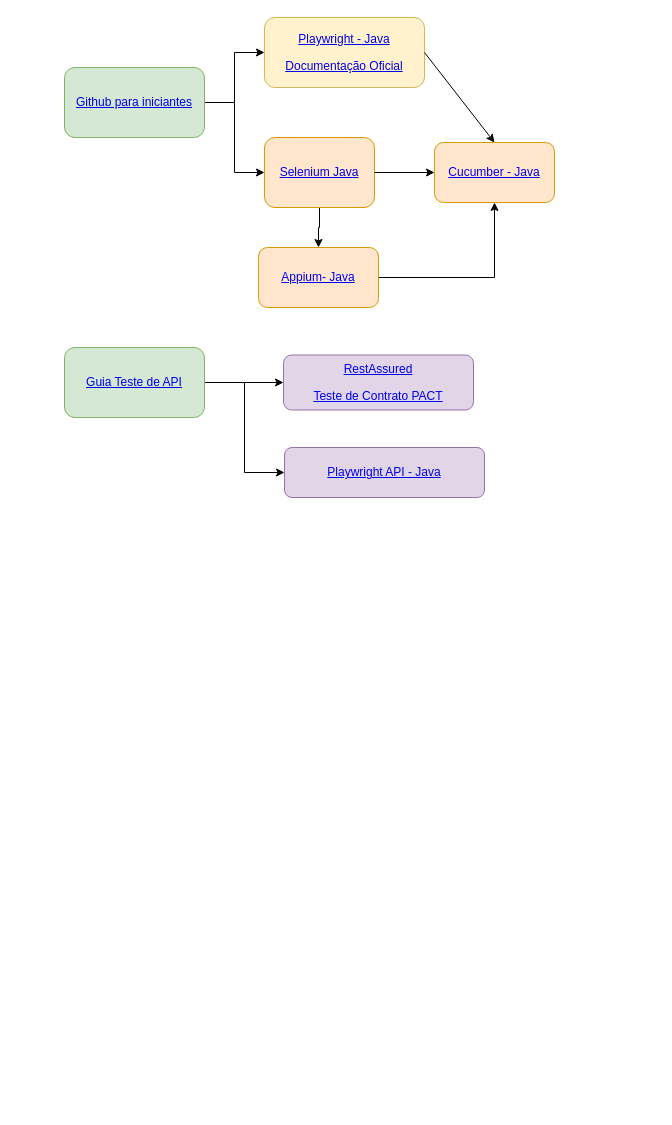
Above: Learning Path - Automatizador.drawio in atomicsolutions/leaning-path (draw.io), before the change. Source tidied: cells renumbered, new cells numbered last; positions are measured from the earlier drawing's top-left corner, leaving out a move shared by most shapes. Both pictures are drawn from the tidied source at 100%, with x=0, y=0 at pixel (64, 17).
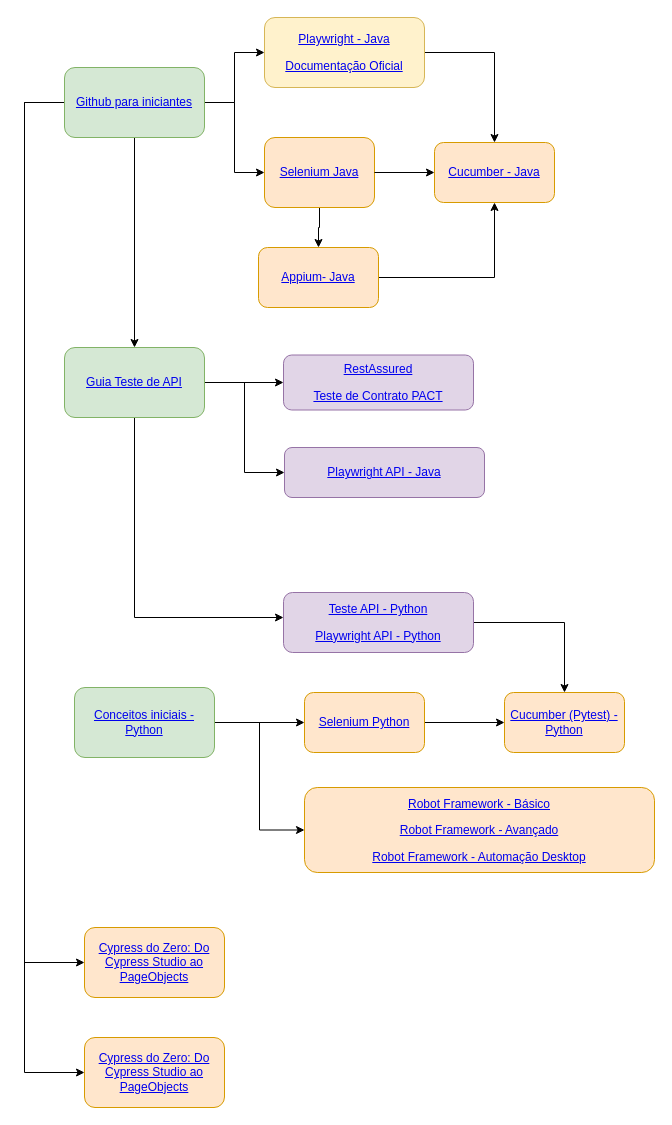
Above is the later version.

Commit message:
Inclusão trilha Python e JS

Unchanged cells that the change refers to:
```xml
<mxCell id="4" value="&lt;a target=&quot;_blank&quot; href=&quot;https://www.udemy.com/git-e-github-para-iniciantes/learn/lecture/5120486#overview&quot;&gt;Github para iniciantes&lt;/a&gt;" style="rounded=1;whiteSpace=wrap;html=1;fillColor=#d5e8d4;strokeColor=#82b366;" parent="1" vertex="1">
  <mxGeometry y="50" width="140" height="70" as="geometry" />
</mxCell>
<mxCell id="5" value="&lt;p&gt;&lt;a target=&quot;_blank&quot; href=&quot;https://www.youtube.com/playlist?list=PLFGoYjJG_fqrjcgRUcc2ubbZGtbRcC6W8&quot;&gt;Playwright - Java&lt;/a&gt;&lt;/p&gt;&lt;p&gt;&lt;a target=&quot;_blank&quot; href=&quot;https://playwright.dev/java/&quot;&gt;Documentação Oficial&lt;/a&gt;&lt;/p&gt;" style="rounded=1;whiteSpace=wrap;html=1;fillColor=#fff2cc;strokeColor=#d6b656;" parent="1" vertex="1">
  <mxGeometry x="200" width="160" height="70" as="geometry" />
</mxCell>
<mxCell id="10" value="&lt;a target=&quot;_blank&quot; href=&quot;https://www.udemy.com/cucumber-java/learn/lecture/9971142#overview&quot;&gt;Cucumber - Java&lt;/a&gt;" style="rounded=1;whiteSpace=wrap;html=1;fillColor=#ffe6cc;strokeColor=#d79b00;" parent="1" vertex="1">
  <mxGeometry x="370" y="125" width="120" height="60" as="geometry" />
</mxCell>
<mxCell id="15" value="&lt;a target=&quot;_blank&quot; href=&quot;https://www.youtube.com/playlist?list=PLf8x7B3nFTl17WeEVj405tHlstiq1kNBX&quot;&gt;Guia Teste de API&lt;/a&gt;" style="rounded=1;whiteSpace=wrap;html=1;fillColor=#d5e8d4;strokeColor=#82b366;" parent="1" vertex="1">
  <mxGeometry y="330" width="140" height="70" as="geometry" />
</mxCell>
```

Diff of the diagram source:
```diff
@@
+    <mxCell id="18" style="edgeStyle=orthogonalEdgeStyle;rounded=0;jettySize=auto;html=1;" parent="1" edge="1" source="4" target="15">
+      <mxGeometry relative="1" as="geometry" />
+    </mxCell>
+    <mxCell id="19" style="edgeStyle=orthogonalEdgeStyle;rounded=0;jettySize=auto;html=1;entryX=0;entryY=0.5;entryDx=0;entryDy=0;" parent="1" edge="1" source="4" target="31">
+      <mxGeometry relative="1" as="geometry">
+        <Array as="points">
+          <mxPoint x="-40" y="85" />
+          <mxPoint x="-40" y="945" />
+        </Array>
+      </mxGeometry>
+    </mxCell>
+    <mxCell id="20" style="edgeStyle=orthogonalEdgeStyle;rounded=0;jettySize=auto;html=1;entryX=0;entryY=0.5;entryDx=0;entryDy=0;" parent="1" edge="1" source="4" target="32">
+      <mxGeometry relative="1" as="geometry">
+        <Array as="points">
+          <mxPoint x="-40" y="85" />
+          <mxPoint x="-40" y="1055" />
+        </Array>
+      </mxGeometry>
+    </mxCell>
@@
+    <mxCell id="12" style="edgeStyle=orthogonalEdgeStyle;rounded=0;jettySize=auto;html=1;entryX=0.5;entryY=0;entryDx=0;entryDy=0;" parent="1" edge="1" source="5" target="10">
+      <mxGeometry relative="1" as="geometry" />
+    </mxCell>
@@
-    <mxCell id="12" style="endArrow=classic;html=1;rounded=0;exitX=1;exitY=0.5;exitDx=0;exitDy=0;entryX=0.5;entryY=0;entryDx=0;entryDy=0;" parent="1" edge="1" source="5" target="10">
-      <mxGeometry relative="1" as="geometry" />
-    </mxCell>
@@
+    <mxCell id="21" style="edgeStyle=orthogonalEdgeStyle;rounded=0;jettySize=auto;html=1;" parent="1" edge="1" source="15" target="23">
+      <mxGeometry relative="1" as="geometry">
+        <Array as="points">
+          <mxPoint x="70" y="600" />
+        </Array>
+      </mxGeometry>
+    </mxCell>
@@
+    <mxCell id="22" style="edgeStyle=orthogonalEdgeStyle;rounded=0;jettySize=auto;html=1;entryX=0.5;entryY=0;entryDx=0;entryDy=0;" parent="1" edge="1" source="23" target="29">
+      <mxGeometry relative="1" as="geometry" />
+    </mxCell>
+    <mxCell id="23" value="&lt;p&gt;&lt;a target=&quot;_blank&quot; href=&quot;https://testautomationu.applitools.com/python-api-testing/&quot;&gt;Teste API - Python&lt;/a&gt;&lt;/p&gt;&lt;p&gt;&lt;a target=&quot;_blank&quot; href=&quot;https://playwright.dev/python/docs/api-testing&quot;&gt;Playwright API - Python&lt;/a&gt;&lt;/p&gt;" style="rounded=1;whiteSpace=wrap;html=1;fillColor=#e1d5e7;strokeColor=#9673a6;" parent="1" vertex="1">
+      <mxGeometry x="219" y="575" width="190" height="60" as="geometry" />
+    </mxCell>
+    <mxCell id="24" style="edgeStyle=orthogonalEdgeStyle;rounded=0;jettySize=auto;html=1;" parent="1" edge="1" source="26" target="28">
+      <mxGeometry relative="1" as="geometry" />
+    </mxCell>
+    <mxCell id="25" style="edgeStyle=orthogonalEdgeStyle;rounded=0;jettySize=auto;html=1;entryX=0;entryY=0.5;entryDx=0;entryDy=0;" parent="1" edge="1" source="26" target="30">
+      <mxGeometry relative="1" as="geometry" />
+    </mxCell>
+    <mxCell id="26" value="&lt;a target=&quot;_blank&quot; href=&quot;https://testautomationu.applitools.com/python-tutorial/&quot;&gt;Conceitos iniciais - Python&lt;/a&gt;" style="rounded=1;whiteSpace=wrap;html=1;fillColor=#d5e8d4;strokeColor=#82b366;" parent="1" vertex="1">
+      <mxGeometry x="10" y="670" width="140" height="70" as="geometry" />
+    </mxCell>
+    <mxCell id="27" style="edgeStyle=orthogonalEdgeStyle;rounded=0;jettySize=auto;html=1;" parent="1" edge="1" source="28" target="29">
+      <mxGeometry relative="1" as="geometry" />
+    </mxCell>
+    <mxCell id="28" value="&lt;a target=&quot;_blank&quot; href=&quot;https://testautomationu.applitools.com/selenium-webdriver-python-tutorial/&quot;&gt;Selenium Python&lt;/a&gt;" style="rounded=1;whiteSpace=wrap;html=1;fillColor=#ffe6cc;strokeColor=#d79b00;" parent="1" vertex="1">
+      <mxGeometry x="240" y="675" width="120" height="60" as="geometry" />
+    </mxCell>
+    <mxCell id="29" value="&lt;a target=&quot;_blank&quot; href=&quot;https://testautomationu.applitools.com/behavior-driven-python-with-pytest-bdd/&quot;&gt;Cucumber (Pytest) - Python&lt;/a&gt;" style="rounded=1;whiteSpace=wrap;html=1;fillColor=#ffe6cc;strokeColor=#d79b00;" parent="1" vertex="1">
+      <mxGeometry x="440" y="675" width="120" height="60" as="geometry" />
+    </mxCell>
+    <mxCell id="30" value="&lt;p&gt;&lt;a target=&quot;_blank&quot; href=&quot;https://www.udemy.com/course/automacao-de-testes-com-robot-framework-basico/learn/lecture/9504432#overview&quot;&gt;Robot Framework - Básico&lt;/a&gt;&lt;/p&gt;&lt;p&gt;&lt;a target=&quot;_blank&quot; href=&quot;https://www.udemy.com/course/automacao-de-testes-com-robot-framework-avancado/learn/lecture/16030036?src=sac&amp;amp;kw=Robot#overview&quot;&gt;Robot Framework - Avançado&lt;/a&gt;&lt;/p&gt;&lt;p&gt;&lt;a target=&quot;_blank&quot; href=&quot;https://www.youtube.com/watch?v=WIIm6eeqKM4&quot;&gt;Robot Framework - Automação Desktop&lt;/a&gt;&lt;/p&gt;" style="rounded=1;whiteSpace=wrap;html=1;fillColor=#ffe6cc;strokeColor=#d79b00;" parent="1" vertex="1">
+      <mxGeometry x="240" y="770" width="350" height="85" as="geometry" />
+    </mxCell>
+    <mxCell id="31" value="&lt;a target=&quot;_blank&quot; href=&quot;https://www.udemy.com/course/cypress-do-zero-2023-do-cypress-studio-ao-pageobjects/learn/lecture/39302978#overview&quot;&gt;Cypress do Zero: Do Cypress Studio ao PageObjects&lt;/a&gt;" style="rounded=1;whiteSpace=wrap;html=1;fillColor=#ffe6cc;strokeColor=#d79b00;" parent="1" vertex="1">
+      <mxGeometry x="20" y="910" width="140" height="70" as="geometry" />
+    </mxCell>
+    <mxCell id="32" value="&lt;a href=&quot;https://www.udemy.com/course/cypress-do-zero-2023-do-cypress-studio-ao-pageobjects/learn/lecture/39302978#overview&quot; target=&quot;_blank&quot;&gt;Cypress do Zero: Do Cypress Studio ao PageObjects&lt;/a&gt;" style="rounded=1;whiteSpace=wrap;html=1;fillColor=#ffe6cc;strokeColor=#d79b00;" parent="1" vertex="1">
+      <mxGeometry x="20" y="1020" width="140" height="70" as="geometry" />
+    </mxCell>
```
